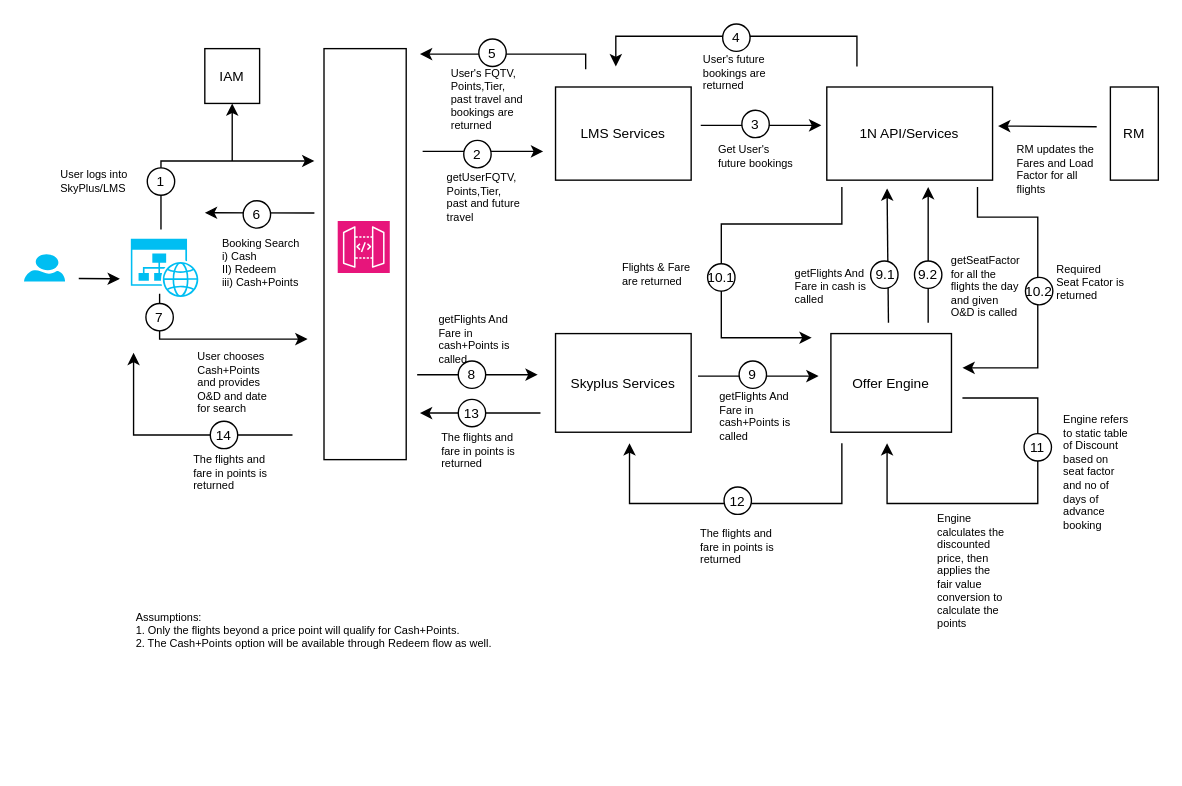
The draw.io diagram page "Page-1" (1 of 2) of Copy of Copy of LM Data Flow.drawio in nchauhan4/drawings, before the edit. Source tidied: cells renumbered, new cells numbered last; positions are measured from the earlier drawing's top-left corner, leaving out a move shared by most shapes. Both pictures are drawn from the tidied source at 137%, with x=0, y=0 at pixel (23, 23).
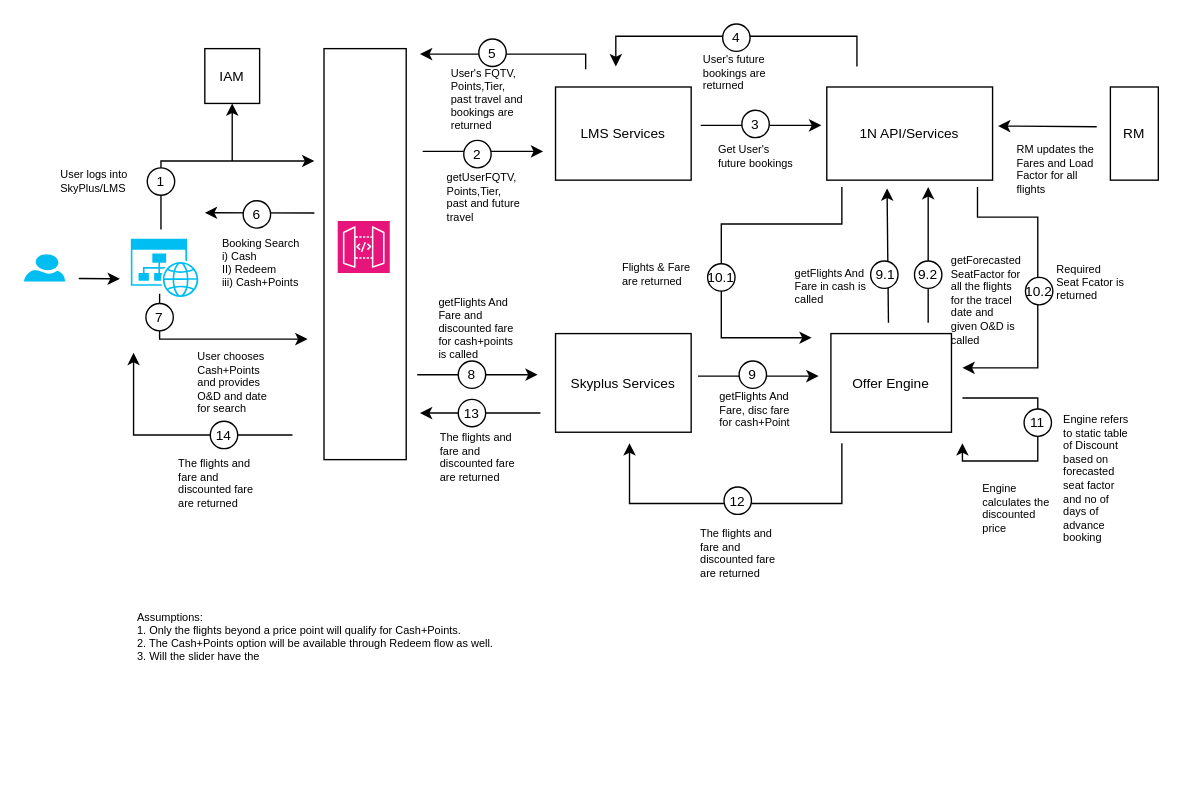
The same diagram, later.

The edit, as a diff of the source:
```diff
@@
-    <mxCell id="30" value="getSeatFactor for all the flights the day and given O&amp;amp;D is called" style="text;html=1;strokeColor=none;fillColor=none;align=left;verticalAlign=top;whiteSpace=wrap;rounded=0;fontSize=8;" parent="1" vertex="1">
+    <mxCell id="30" value="getForecasted SeatFactor for all the flights for the tracel date and given O&amp;amp;D is called" style="text;html=1;strokeColor=none;fillColor=none;align=left;verticalAlign=top;whiteSpace=wrap;rounded=0;fontSize=8;" parent="1" vertex="1">
       <mxGeometry x="675" y="162" width="52" height="55" as="geometry" />
     </mxCell>
@@
-    <mxCell id="38" value="getFlights And Fare in cash+Points is called" style="text;html=1;strokeColor=none;fillColor=none;align=left;verticalAlign=top;whiteSpace=wrap;rounded=0;fontSize=8;" parent="1" vertex="1">
-      <mxGeometry x="300.8" y="205" width="58.5" height="33" as="geometry" />
+    <mxCell id="38" value="getFlights And Fare and discounted fare for cash+points is called" style="text;html=1;strokeColor=none;fillColor=none;align=left;verticalAlign=top;whiteSpace=wrap;rounded=0;fontSize=8;" parent="1" vertex="1">
+      <mxGeometry x="300.8" y="192" width="58.5" height="33" as="geometry" />
     </mxCell>
@@
-    <mxCell id="49" value="getFlights And Fare in cash+Points is called" style="text;html=1;strokeColor=none;fillColor=none;align=left;verticalAlign=top;whiteSpace=wrap;rounded=0;fontSize=8;" parent="1" vertex="1">
+    <mxCell id="49" value="getFlights And Fare, disc fare for cash+Point" style="text;html=1;strokeColor=none;fillColor=none;align=left;verticalAlign=top;whiteSpace=wrap;rounded=0;fontSize=8;" parent="1" vertex="1">
       <mxGeometry x="505.8" y="261" width="58.5" height="33" as="geometry" />
     </mxCell>
@@
     <mxCell id="59" style="endArrow=classic;html=1;rounded=0;" parent="1" edge="1">
       <mxGeometry relative="1" as="geometry">
         <mxPoint x="685" y="273" as="sourcePoint" />
-        <mxPoint x="630" y="306" as="targetPoint" />
+        <mxPoint x="685" y="306" as="targetPoint" />
         <Array as="points">
           <mxPoint x="740" y="273" />
-          <mxPoint x="740" y="350" />
-          <mxPoint x="630" y="350" />
+          <mxPoint x="740" y="319" />
+          <mxPoint x="707" y="319" />
+          <mxPoint x="685" y="319" />
         </Array>
       </mxGeometry>
     </mxCell>
     <mxCell id="60" style="ellipse;whiteSpace=wrap;html=1;" parent="1" vertex="1">
-      <mxGeometry x="730" y="299" width="20" height="20" as="geometry" />
+      <mxGeometry x="730" y="281" width="20" height="20" as="geometry" />
     </mxCell>
     <mxCell id="61" value="&lt;font style=&quot;font-size: 10px;&quot;&gt;11&lt;/font&gt;" style="text;html=1;strokeColor=none;fillColor=none;align=center;verticalAlign=middle;whiteSpace=wrap;rounded=0;" parent="1" vertex="1">
-      <mxGeometry x="725" y="299" width="30" height="20" as="geometry" />
+      <mxGeometry x="725" y="281" width="30" height="20" as="geometry" />
     </mxCell>
@@
-    <mxCell id="66" value="Engine refers to static table of Discount based on seat factor and no of days of advance booking" style="text;html=1;strokeColor=none;fillColor=none;align=left;verticalAlign=top;whiteSpace=wrap;rounded=0;fontSize=8;" parent="1" vertex="1">
+    <mxCell id="66" value="Engine refers to static table of Discount based on forecasted&amp;nbsp; seat factor and no of days of advance booking" style="text;html=1;strokeColor=none;fillColor=none;align=left;verticalAlign=top;whiteSpace=wrap;rounded=0;fontSize=8;" parent="1" vertex="1">
       <mxGeometry x="757" y="278" width="52" height="94" as="geometry" />
     </mxCell>
-    <mxCell id="67" value="Engine calculates the discounted price, then applies the fair value conversion to calculate the points" style="text;html=1;strokeColor=none;fillColor=none;align=left;verticalAlign=top;whiteSpace=wrap;rounded=0;fontSize=8;" parent="1" vertex="1">
-      <mxGeometry x="665" y="350" width="52" height="94" as="geometry" />
+    <mxCell id="67" value="Engine calculates the discounted price" style="text;html=1;strokeColor=none;fillColor=none;align=left;verticalAlign=top;whiteSpace=wrap;rounded=0;fontSize=8;" parent="1" vertex="1">
+      <mxGeometry x="698" y="328" width="52" height="94" as="geometry" />
     </mxCell>
@@
-    <mxCell id="71" value="The flights and fare in points is returned" style="text;html=1;strokeColor=none;fillColor=none;align=left;verticalAlign=top;whiteSpace=wrap;rounded=0;fontSize=8;" parent="1" vertex="1">
+    <mxCell id="71" value="The flights and fare and discounted fare are returned" style="text;html=1;strokeColor=none;fillColor=none;align=left;verticalAlign=top;whiteSpace=wrap;rounded=0;fontSize=8;" parent="1" vertex="1">
       <mxGeometry x="491.8" y="361" width="58.5" height="33" as="geometry" />
     </mxCell>
@@
-    <mxCell id="75" value="The flights and fare in points is returned" style="text;html=1;strokeColor=none;fillColor=none;align=left;verticalAlign=top;whiteSpace=wrap;rounded=0;fontSize=8;" parent="1" vertex="1">
-      <mxGeometry x="302.8" y="291" width="58.5" height="33" as="geometry" />
-    </mxCell>
@@
-    <mxCell id="79" value="The flights and fare in points is returned" style="text;html=1;strokeColor=none;fillColor=none;align=left;verticalAlign=top;whiteSpace=wrap;rounded=0;fontSize=8;" parent="1" vertex="1">
-      <mxGeometry x="121.8" y="307" width="58.5" height="33" as="geometry" />
-    </mxCell>
@@
-    <mxCell id="84" value="Assumptions:&lt;br&gt;1. Only the flights beyond a price point will qualify for Cash+Points.&lt;br&gt;2. The Cash+Points option will be available through Redeem flow as well." style="text;html=1;strokeColor=none;fillColor=none;align=left;verticalAlign=top;whiteSpace=wrap;rounded=0;fontSize=8;" parent="1" vertex="1">
-      <mxGeometry x="79.8" y="422" width="275.2" height="117" as="geometry" />
+    <mxCell id="84" value="Assumptions:&lt;br&gt;1. Only the flights beyond a price point will qualify for Cash+Points.&lt;br&gt;2. The Cash+Points option will be available through Redeem flow as well.&lt;br&gt;3. Will the slider have the&amp;nbsp;" style="text;html=1;strokeColor=none;fillColor=none;align=left;verticalAlign=top;whiteSpace=wrap;rounded=0;fontSize=8;" parent="1" vertex="1">
+      <mxGeometry x="80.8" y="422" width="275.2" height="117" as="geometry" />
     </mxCell>
+    <mxCell id="85" value="The flights and fare and discounted fare are returned" style="text;html=1;strokeColor=none;fillColor=none;align=left;verticalAlign=top;whiteSpace=wrap;rounded=0;fontSize=8;" parent="1" vertex="1">
+      <mxGeometry x="301.8" y="291" width="58.5" height="33" as="geometry" />
+    </mxCell>
+    <mxCell id="86" value="The flights and fare and discounted fare are returned" style="text;html=1;strokeColor=none;fillColor=none;align=left;verticalAlign=top;whiteSpace=wrap;rounded=0;fontSize=8;" parent="1" vertex="1">
+      <mxGeometry x="110.8" y="310" width="58.5" height="33" as="geometry" />
+    </mxCell>
```
